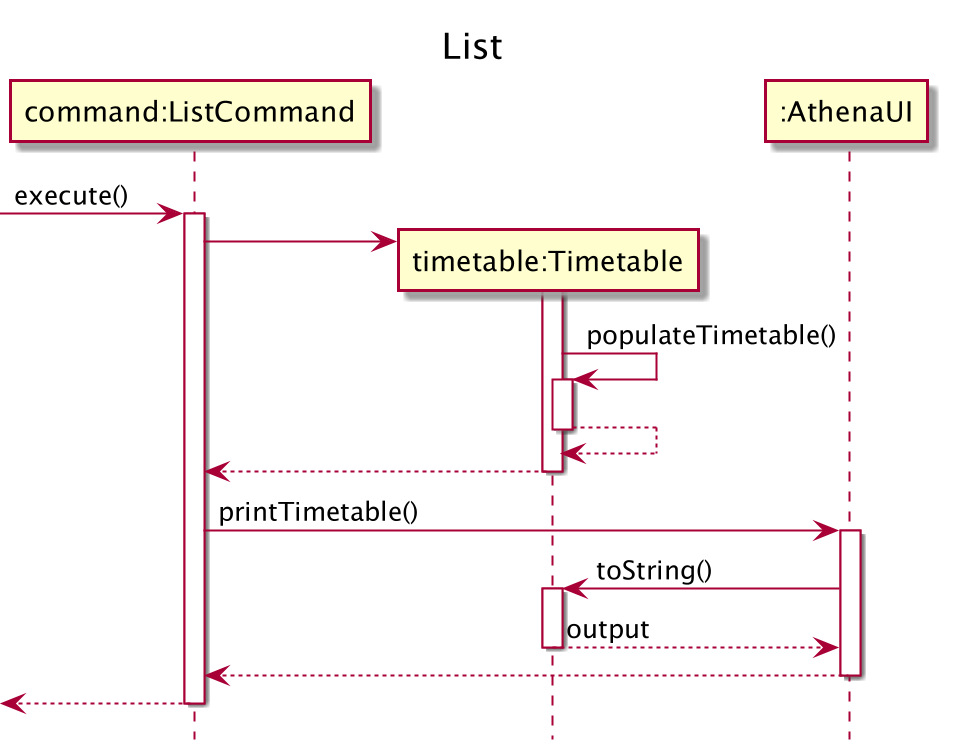
Above: docs/sequenceDiagrams/ListCommand.png in nus-cs2113-AY2021S1/tp (PlantUML), before the change. The source it was exported from:
```plantuml
@startuml

participant "command:ListCommand" as ListCommand
participant "timetable:Timetable" as Timetable
participant ":AthenaUI" as AthenaUI

title List
hide footbox

->ListCommand++: execute()

ListCommand->Timetable**:
activate Timetable
Timetable -> Timetable++: populateTimetable()
return
return

ListCommand->AthenaUI++: printTimetable()
AthenaUI -> Timetable++: toString()
return output
AthenaUI-->ListCommand--:

<--ListCommand--
@enduml
```
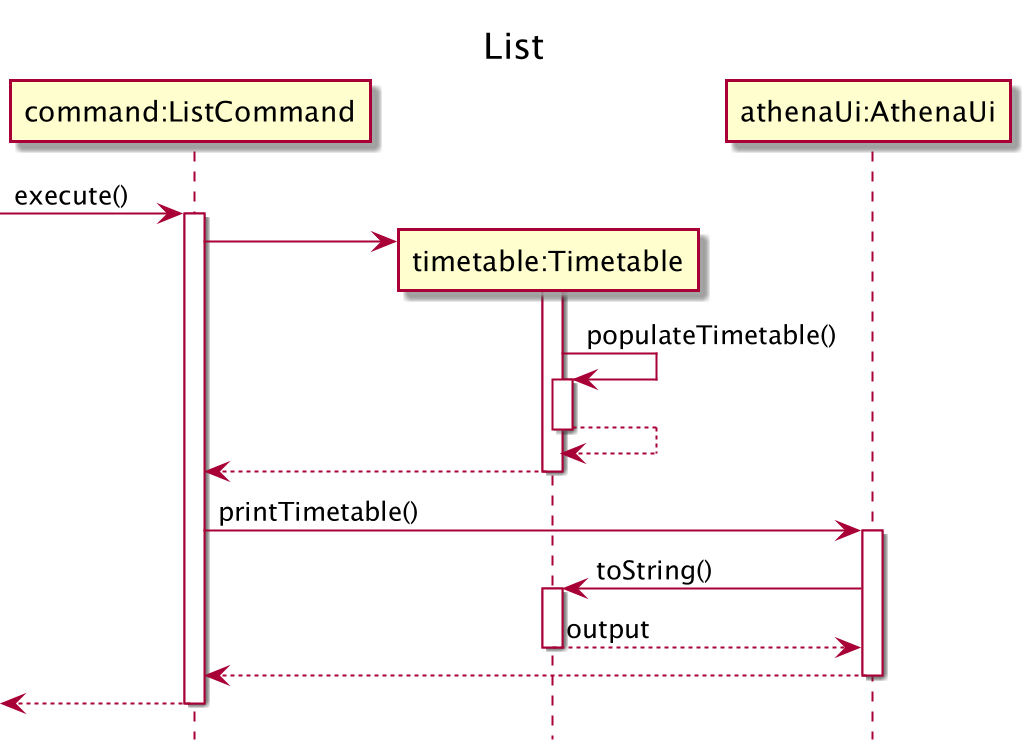
Later version of the same file.

Diff of the diagram source:
```diff
@@ -2,7 +2,7 @@
 
 participant "command:ListCommand" as ListCommand
 participant "timetable:Timetable" as Timetable
-participant ":AthenaUI" as AthenaUI
+participant "athenaUi:AthenaUi" as AthenaUi
 
 title List
 hide footbox
@@ -15,10 +15,10 @@
 return
 return
 
-ListCommand->AthenaUI++: printTimetable()
-AthenaUI -> Timetable++: toString()
+ListCommand->AthenaUi++: printTimetable()
+AthenaUi -> Timetable++: toString()
 return output
-AthenaUI-->ListCommand--:
+AthenaUi-->ListCommand--:
 
 <--ListCommand--
 @enduml
```
